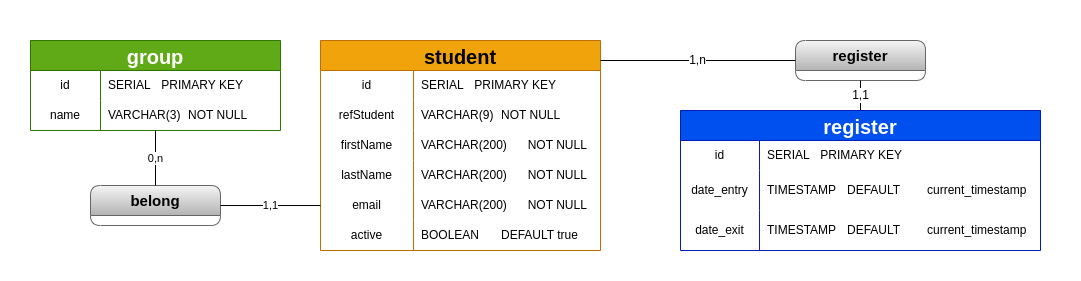
Above: database.png in Daris02/ManagingAbsences (draw.io), before the change. Source tidied: cells renumbered, new cells last; positions are measured from the earlier drawing's top-left corner, leaving out a move shared by most shapes.
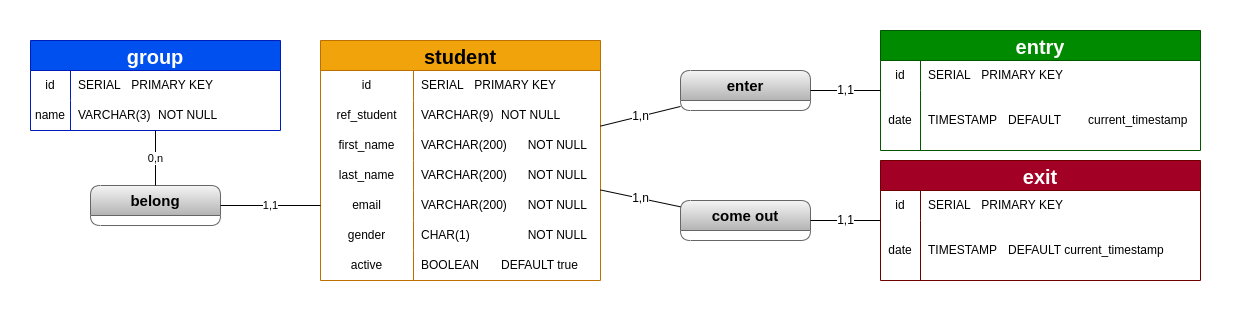
The same diagram one commit later.

Commit message:
feat: add gender for Student

What changed in the source:
```diff
@@ -3,7 +3,7 @@
     <mxCell id="0" />
     <mxCell id="1" parent="0" />
     <mxCell id="2" value="student" style="shape=table;startSize=30;rowLines=0;fontStyle=1;fontSize=20;fillColor=#f0a30a;fontColor=#000000;strokeColor=#BD7000;" parent="1" vertex="1">
-      <mxGeometry x="320" y="40" width="280" height="210" as="geometry" />
+      <mxGeometry x="320" y="40" width="280" height="240" as="geometry" />
     </mxCell>
     <mxCell id="3" style="shape=tableRow;horizontal=0;startSize=0;swimlaneHead=0;swimlaneBody=0;top=0;left=0;bottom=0;right=0;fillColor=none;" parent="2" vertex="1">
       <mxGeometry y="30" width="280" height="30" as="geometry" />
@@ -17,7 +17,7 @@
     <mxCell id="6" style="shape=tableRow;horizontal=0;startSize=0;swimlaneHead=0;swimlaneBody=0;top=0;left=0;bottom=0;right=0;fillColor=none;" parent="2" vertex="1">
       <mxGeometry y="60" width="280" height="30" as="geometry" />
     </mxCell>
-    <mxCell id="7" value="refStudent" style="shape=partialRectangle;html=1;whiteSpace=wrap;fillColor=none;top=0;left=0;bottom=0;right=0;overflow=hidden;" parent="6" vertex="1">
+    <mxCell id="7" value="ref_student" style="shape=partialRectangle;html=1;whiteSpace=wrap;fillColor=none;top=0;left=0;bottom=0;right=0;overflow=hidden;" parent="6" vertex="1">
       <mxGeometry width="93" height="30" as="geometry" />
     </mxCell>
     <mxCell id="8" value="VARCHAR(9)&lt;span style=&quot;white-space: pre;&quot;&gt;&#9;&lt;/span&gt;NOT NULL" style="shape=partialRectangle;html=1;whiteSpace=wrap;fillColor=none;top=0;left=0;bottom=0;right=0;align=left;spacingLeft=6;overflow=hidden;" parent="6" vertex="1">
@@ -26,7 +26,7 @@
     <mxCell id="9" style="shape=tableRow;horizontal=0;startSize=0;swimlaneHead=0;swimlaneBody=0;top=0;left=0;bottom=0;right=0;fillColor=none;" parent="2" vertex="1">
       <mxGeometry y="90" width="280" height="30" as="geometry" />
     </mxCell>
-    <mxCell id="10" value="firstName" style="shape=partialRectangle;html=1;whiteSpace=wrap;fillColor=none;top=0;left=0;bottom=0;right=0;overflow=hidden;" parent="9" vertex="1">
+    <mxCell id="10" value="first_name" style="shape=partialRectangle;html=1;whiteSpace=wrap;fillColor=none;top=0;left=0;bottom=0;right=0;overflow=hidden;" parent="9" vertex="1">
       <mxGeometry width="93" height="30" as="geometry" />
     </mxCell>
     <mxCell id="11" value="VARCHAR(200)&lt;span style=&quot;white-space: pre;&quot;&gt;&#9;&lt;/span&gt;NOT NULL" style="shape=partialRectangle;html=1;whiteSpace=wrap;fillColor=none;top=0;left=0;bottom=0;right=0;align=left;spacingLeft=6;overflow=hidden;" parent="9" vertex="1">
@@ -35,7 +35,7 @@
     <mxCell id="12" style="shape=tableRow;horizontal=0;startSize=0;swimlaneHead=0;swimlaneBody=0;top=0;left=0;bottom=0;right=0;fillColor=none;" parent="2" vertex="1">
       <mxGeometry y="120" width="280" height="30" as="geometry" />
     </mxCell>
-    <mxCell id="13" value="lastName" style="shape=partialRectangle;html=1;whiteSpace=wrap;fillColor=none;top=0;left=0;bottom=0;right=0;overflow=hidden;" parent="12" vertex="1">
+    <mxCell id="13" value="last_name" style="shape=partialRectangle;html=1;whiteSpace=wrap;fillColor=none;top=0;left=0;bottom=0;right=0;overflow=hidden;" parent="12" vertex="1">
       <mxGeometry width="93" height="30" as="geometry" />
     </mxCell>
     <mxCell id="14" value="VARCHAR(200)&lt;span style=&quot;white-space: pre;&quot;&gt;&#9;&lt;/span&gt;NOT NULL" style="shape=partialRectangle;html=1;whiteSpace=wrap;fillColor=none;top=0;left=0;bottom=0;right=0;align=left;spacingLeft=6;overflow=hidden;" parent="12" vertex="1">
@@ -50,8 +50,17 @@
     <mxCell id="17" value="VARCHAR(200)&lt;span style=&quot;white-space: pre;&quot;&gt;&#9;&lt;/span&gt;NOT NULL" style="shape=partialRectangle;html=1;whiteSpace=wrap;fillColor=none;top=0;left=0;bottom=0;right=0;align=left;spacingLeft=6;overflow=hidden;" parent="15" vertex="1">
       <mxGeometry x="93" width="187" height="30" as="geometry" />
     </mxCell>
+    <mxCell id="45" style="shape=tableRow;horizontal=0;startSize=0;swimlaneHead=0;swimlaneBody=0;top=0;left=0;bottom=0;right=0;fillColor=none;" parent="2" vertex="1">
+      <mxGeometry y="180" width="280" height="30" as="geometry" />
+    </mxCell>
+    <mxCell id="46" value="gender" style="shape=partialRectangle;html=1;whiteSpace=wrap;fillColor=none;top=0;left=0;bottom=0;right=0;overflow=hidden;" parent="45" vertex="1">
+      <mxGeometry width="93" height="30" as="geometry" />
+    </mxCell>
+    <mxCell id="47" value="CHAR(1)&lt;span style=&quot;white-space: pre;&quot;&gt;&#9;&lt;/span&gt;&lt;span style=&quot;white-space: pre;&quot;&gt;&#9;&lt;/span&gt;&lt;span style=&quot;white-space: pre;&quot;&gt;&#9;&lt;/span&gt;NOT NULL" style="shape=partialRectangle;html=1;whiteSpace=wrap;fillColor=none;top=0;left=0;bottom=0;right=0;align=left;spacingLeft=6;overflow=hidden;" parent="45" vertex="1">
+      <mxGeometry x="93" width="187" height="30" as="geometry" />
+    </mxCell>
     <mxCell id="18" style="shape=tableRow;horizontal=0;startSize=0;swimlaneHead=0;swimlaneBody=0;top=0;left=0;bottom=0;right=0;fillColor=none;" parent="2" vertex="1">
-      <mxGeometry y="180" width="280" height="30" as="geometry" />
+      <mxGeometry y="210" width="280" height="30" as="geometry" />
     </mxCell>
     <mxCell id="19" value="active" style="shape=partialRectangle;html=1;whiteSpace=wrap;fillColor=none;top=0;left=0;bottom=0;right=0;overflow=hidden;" parent="18" vertex="1">
       <mxGeometry width="93" height="30" as="geometry" />
@@ -59,37 +68,86 @@
     <mxCell id="20" value="BOOLEAN&lt;span style=&quot;white-space: pre;&quot;&gt;&#9;&lt;/span&gt;DEFAULT true" style="shape=partialRectangle;html=1;whiteSpace=wrap;fillColor=none;top=0;left=0;bottom=0;right=0;align=left;spacingLeft=6;overflow=hidden;" parent="18" vertex="1">
       <mxGeometry x="93" width="187" height="30" as="geometry" />
     </mxCell>
+    <mxCell id="48" value="entry" style="shape=table;startSize=30;rowLines=0;fontStyle=1;fontSize=20;fillColor=#008a00;fontColor=#ffffff;strokeColor=#005700;" parent="1" vertex="1">
+      <mxGeometry x="880" y="30" width="320" height="120" as="geometry" />
+    </mxCell>
+    <mxCell id="49" style="shape=tableRow;horizontal=0;startSize=0;swimlaneHead=0;swimlaneBody=0;top=0;left=0;bottom=0;right=0;fillColor=none;" parent="48" vertex="1">
+      <mxGeometry y="30" width="320" height="30" as="geometry" />
+    </mxCell>
+    <mxCell id="50" value="id" style="shape=partialRectangle;html=1;whiteSpace=wrap;fillColor=none;top=0;left=0;bottom=0;right=0;overflow=hidden;" parent="49" vertex="1">
+      <mxGeometry width="40" height="30" as="geometry" />
+    </mxCell>
+    <mxCell id="51" value="SERIAL&lt;span style=&quot;white-space: pre;&quot;&gt;&#9;&lt;/span&gt;PRIMARY KEY" style="shape=partialRectangle;html=1;whiteSpace=wrap;fillColor=none;top=0;left=0;bottom=0;right=0;align=left;spacingLeft=6;overflow=hidden;" parent="49" vertex="1">
+      <mxGeometry x="40" width="280" height="30" as="geometry" />
+    </mxCell>
+    <mxCell id="52" style="shape=tableRow;horizontal=0;startSize=0;swimlaneHead=0;swimlaneBody=0;top=0;left=0;bottom=0;right=0;fillColor=none;" parent="48" vertex="1">
+      <mxGeometry y="60" width="320" height="60" as="geometry" />
+    </mxCell>
+    <mxCell id="53" value="date" style="shape=partialRectangle;html=1;whiteSpace=wrap;fillColor=none;top=0;left=0;bottom=0;right=0;overflow=hidden;" parent="52" vertex="1">
+      <mxGeometry width="40" height="60" as="geometry" />
+    </mxCell>
+    <mxCell id="54" value="TIMESTAMP&lt;span style=&quot;white-space: pre;&quot;&gt;&#9;&lt;/span&gt;DEFAULT&lt;span style=&quot;white-space: pre;&quot;&gt;&#9;&lt;/span&gt;current_timestamp" style="shape=partialRectangle;html=1;whiteSpace=wrap;fillColor=none;top=0;left=0;bottom=0;right=0;align=left;spacingLeft=6;overflow=hidden;" parent="52" vertex="1">
+      <mxGeometry x="40" width="280" height="60" as="geometry" />
+    </mxCell>
+    <mxCell id="55" value="exit" style="shape=table;startSize=30;rowLines=0;fontStyle=1;fontSize=20;fillColor=#a20025;fontColor=#ffffff;strokeColor=#6F0000;" parent="1" vertex="1">
+      <mxGeometry x="880" y="160" width="320" height="120" as="geometry" />
+    </mxCell>
+    <mxCell id="56" style="shape=tableRow;horizontal=0;startSize=0;swimlaneHead=0;swimlaneBody=0;top=0;left=0;bottom=0;right=0;fillColor=none;" parent="55" vertex="1">
+      <mxGeometry y="30" width="320" height="30" as="geometry" />
+    </mxCell>
+    <mxCell id="57" value="id" style="shape=partialRectangle;html=1;whiteSpace=wrap;fillColor=none;top=0;left=0;bottom=0;right=0;overflow=hidden;" parent="56" vertex="1">
+      <mxGeometry width="40" height="30" as="geometry" />
+    </mxCell>
+    <mxCell id="58" value="SERIAL&lt;span style=&quot;white-space: pre;&quot;&gt;&#9;&lt;/span&gt;PRIMARY KEY" style="shape=partialRectangle;html=1;whiteSpace=wrap;fillColor=none;top=0;left=0;bottom=0;right=0;align=left;spacingLeft=6;overflow=hidden;" parent="56" vertex="1">
+      <mxGeometry x="40" width="280" height="30" as="geometry" />
+    </mxCell>
+    <mxCell id="59" style="shape=tableRow;horizontal=0;startSize=0;swimlaneHead=0;swimlaneBody=0;top=0;left=0;bottom=0;right=0;fillColor=none;" parent="55" vertex="1">
+      <mxGeometry y="60" width="320" height="60" as="geometry" />
+    </mxCell>
+    <mxCell id="60" value="date" style="shape=partialRectangle;html=1;whiteSpace=wrap;fillColor=none;top=0;left=0;bottom=0;right=0;overflow=hidden;" parent="59" vertex="1">
+      <mxGeometry width="40" height="60" as="geometry" />
+    </mxCell>
+    <mxCell id="61" value="TIMESTAMP&lt;span style=&quot;white-space: pre;&quot;&gt;&#9;&lt;/span&gt;DEFAULT&lt;span style=&quot;&quot;&gt;&#9;&lt;/span&gt;current_timestamp" style="shape=partialRectangle;html=1;whiteSpace=wrap;fillColor=none;top=0;left=0;bottom=0;right=0;align=left;spacingLeft=6;overflow=hidden;" parent="59" vertex="1">
+      <mxGeometry x="40" width="280" height="60" as="geometry" />
+    </mxCell>
+    <mxCell id="62" value="enter" style="swimlane;whiteSpace=wrap;html=1;fontSize=15;rounded=1;startSize=30;fillColor=#f5f5f5;gradientColor=#b3b3b3;strokeColor=#666666;" parent="1" vertex="1">
+      <mxGeometry x="680" y="70" width="130" height="40" as="geometry" />
+    </mxCell>
+    <mxCell id="63" value="1,n" style="endArrow=none;html=1;fontSize=12;" parent="1" edge="1" source="62" target="2">
+      <mxGeometry relative="1" as="geometry" />
+    </mxCell>
+    <mxCell id="64" value="1,1" style="endArrow=none;html=1;fontSize=12;" parent="1" edge="1" source="48" target="62">
+      <mxGeometry relative="1" as="geometry" />
+    </mxCell>
-    <mxCell id="21" value="register" style="swimlane;whiteSpace=wrap;html=1;fontSize=15;rounded=1;startSize=30;fillColor=#f5f5f5;gradientColor=#b3b3b3;strokeColor=#666666;" parent="1" vertex="1">
-      <mxGeometry x="795" y="40" width="130" height="40" as="geometry" />
+    <mxCell id="21" value="come out" style="swimlane;whiteSpace=wrap;html=1;fontSize=15;rounded=1;startSize=30;fillColor=#f5f5f5;gradientColor=#b3b3b3;strokeColor=#666666;" parent="1" vertex="1">
+      <mxGeometry x="680" y="200" width="130" height="40" as="geometry" />
     </mxCell>
-    <mxCell id="22" value="1,1" style="endArrow=none;html=1;fontSize=12;" parent="1" edge="1" source="34" target="21">
+    <mxCell id="22" value="1,1" style="endArrow=none;html=1;fontSize=12;" parent="1" edge="1" source="55" target="21">
       <mxGeometry relative="1" as="geometry" />
     </mxCell>
-    <mxCell id="23" value="1,n" style="endArrow=none;html=1;fontSize=12;" parent="1" edge="1" source="21">
-      <mxGeometry relative="1" as="geometry">
-        <mxPoint x="600" y="60" as="targetPoint" />
-      </mxGeometry>
+    <mxCell id="23" value="1,n" style="endArrow=none;html=1;fontSize=12;" parent="1" edge="1" source="21" target="2">
+      <mxGeometry relative="1" as="geometry" />
     </mxCell>
-    <mxCell id="24" value="group" style="shape=table;startSize=30;rowLines=0;fontStyle=1;fontSize=20;fillColor=#60a917;fontColor=#ffffff;strokeColor=#2D7600;" parent="1" vertex="1">
+    <mxCell id="24" value="group" style="shape=table;startSize=30;rowLines=0;fontStyle=1;fontSize=20;fillColor=#0050ef;fontColor=#ffffff;strokeColor=#001DBC;" parent="1" vertex="1">
       <mxGeometry x="30" y="40" width="250" height="90" as="geometry" />
     </mxCell>
     <mxCell id="25" style="shape=tableRow;horizontal=0;startSize=0;swimlaneHead=0;swimlaneBody=0;top=0;left=0;bottom=0;right=0;fillColor=none;" parent="24" vertex="1">
       <mxGeometry y="30" width="250" height="30" as="geometry" />
     </mxCell>
     <mxCell id="26" value="id" style="shape=partialRectangle;html=1;whiteSpace=wrap;fillColor=none;top=0;left=0;bottom=0;right=0;overflow=hidden;" parent="25" vertex="1">
-      <mxGeometry width="70" height="30" as="geometry" />
+      <mxGeometry width="40" height="30" as="geometry" />
     </mxCell>
     <mxCell id="27" value="SERIAL&lt;span style=&quot;white-space: pre;&quot;&gt;&#9;&lt;/span&gt;PRIMARY KEY" style="shape=partialRectangle;html=1;whiteSpace=wrap;fillColor=none;top=0;left=0;bottom=0;right=0;align=left;spacingLeft=6;overflow=hidden;" parent="25" vertex="1">
-      <mxGeometry x="70" width="180" height="30" as="geometry" />
+      <mxGeometry x="40" width="210" height="30" as="geometry" />
     </mxCell>
     <mxCell id="28" style="shape=tableRow;horizontal=0;startSize=0;swimlaneHead=0;swimlaneBody=0;top=0;left=0;bottom=0;right=0;fillColor=none;" parent="24" vertex="1">
       <mxGeometry y="60" width="250" height="30" as="geometry" />
     </mxCell>
     <mxCell id="29" value="name" style="shape=partialRectangle;html=1;whiteSpace=wrap;fillColor=none;top=0;left=0;bottom=0;right=0;overflow=hidden;" parent="28" vertex="1">
-      <mxGeometry width="70" height="30" as="geometry" />
+      <mxGeometry width="40" height="30" as="geometry" />
     </mxCell>
     <mxCell id="30" value="VARCHAR(3)&lt;span style=&quot;white-space: pre;&quot;&gt;&#9;&lt;/span&gt;NOT NULL" style="shape=partialRectangle;html=1;whiteSpace=wrap;fillColor=none;top=0;left=0;bottom=0;right=0;align=left;spacingLeft=6;overflow=hidden;" parent="28" vertex="1">
-      <mxGeometry x="70" width="180" height="30" as="geometry" />
+      <mxGeometry x="40" width="210" height="30" as="geometry" />
     </mxCell>
     <mxCell id="31" value="belong" style="swimlane;whiteSpace=wrap;html=1;fontSize=15;rounded=1;startSize=30;fillColor=#f5f5f5;gradientColor=#b3b3b3;strokeColor=#666666;" parent="1" vertex="1">
       <mxGeometry x="90" y="185" width="130" height="40" as="geometry" />
@@ -100,38 +158,8 @@
     <mxCell id="33" value="0,n" style="endArrow=none;html=1;" parent="1" edge="1" source="24" target="31">
       <mxGeometry relative="1" as="geometry" />
     </mxCell>
-    <mxCell id="34" value="register" style="shape=table;startSize=30;rowLines=0;fontStyle=1;fontSize=20;fillColor=#0050ef;strokeColor=#001DBC;fontColor=#ffffff;" parent="1" vertex="1">
-      <mxGeometry x="680" y="110" width="360" height="140" as="geometry" />
-    </mxCell>
-    <mxCell id="35" style="shape=tableRow;horizontal=0;startSize=0;swimlaneHead=0;swimlaneBody=0;top=0;left=0;bottom=0;right=0;fillColor=none;" parent="34" vertex="1">
-      <mxGeometry y="30" width="360" height="30" as="geometry" />
-    </mxCell>
-    <mxCell id="36" value="id" style="shape=partialRectangle;html=1;whiteSpace=wrap;fillColor=none;top=0;left=0;bottom=0;right=0;overflow=hidden;" parent="35" vertex="1">
-      <mxGeometry width="79" height="30" as="geometry" />
-    </mxCell>
-    <mxCell id="37" value="SERIAL&lt;span style=&quot;white-space: pre;&quot;&gt;&#9;&lt;/span&gt;PRIMARY KEY" style="shape=partialRectangle;html=1;whiteSpace=wrap;fillColor=none;top=0;left=0;bottom=0;right=0;align=left;spacingLeft=6;overflow=hidden;" parent="35" vertex="1">
-      <mxGeometry x="79" width="281" height="30" as="geometry" />
-    </mxCell>
-    <mxCell id="38" style="shape=tableRow;horizontal=0;startSize=0;swimlaneHead=0;swimlaneBody=0;top=0;left=0;bottom=0;right=0;fillColor=none;" parent="34" vertex="1">
-      <mxGeometry y="60" width="360" height="40" as="geometry" />
-    </mxCell>
-    <mxCell id="39" value="date_entry" style="shape=partialRectangle;html=1;whiteSpace=wrap;fillColor=none;top=0;left=0;bottom=0;right=0;overflow=hidden;" parent="38" vertex="1">
-      <mxGeometry width="79" height="40" as="geometry" />
-    </mxCell>
-    <mxCell id="40" value="TIMESTAMP&lt;span style=&quot;white-space: pre;&quot;&gt;&#9;&lt;/span&gt;DEFAULT&lt;span style=&quot;white-space: pre;&quot;&gt;&#9;&lt;/span&gt;current_timestamp" style="shape=partialRectangle;html=1;whiteSpace=wrap;fillColor=none;top=0;left=0;bottom=0;right=0;align=left;spacingLeft=6;overflow=hidden;" parent="38" vertex="1">
-      <mxGeometry x="79" width="281" height="40" as="geometry" />
-    </mxCell>
-    <mxCell id="41" style="shape=tableRow;horizontal=0;startSize=0;swimlaneHead=0;swimlaneBody=0;top=0;left=0;bottom=0;right=0;fillColor=none;" parent="34" vertex="1">
-      <mxGeometry y="100" width="360" height="40" as="geometry" />
-    </mxCell>
-    <mxCell id="42" value="date_exit" style="shape=partialRectangle;html=1;whiteSpace=wrap;fillColor=none;top=0;left=0;bottom=0;right=0;overflow=hidden;" parent="41" vertex="1">
-      <mxGeometry width="79" height="40" as="geometry" />
-    </mxCell>
-    <mxCell id="43" value="TIMESTAMP&lt;span style=&quot;white-space: pre;&quot;&gt;&#9;&lt;/span&gt;DEFAULT&lt;span style=&quot;white-space: pre;&quot;&gt;&#9;&lt;/span&gt;current_timestamp" style="shape=partialRectangle;html=1;whiteSpace=wrap;fillColor=none;top=0;left=0;bottom=0;right=0;align=left;spacingLeft=6;overflow=hidden;" parent="41" vertex="1">
-      <mxGeometry x="79" width="281" height="40" as="geometry" />
-    </mxCell>
-    <mxCell id="44" style="rounded=0;whiteSpace=wrap;html=1;fillColor=none;strokeColor=none;" parent="1" vertex="1">
-      <mxGeometry width="1080" height="280" as="geometry" />
-    </mxCell>
+    <mxCell id="65" style="rounded=0;whiteSpace=wrap;html=1;fillColor=none;strokeColor=none;" parent="1" vertex="1">
+      <mxGeometry width="1240" height="320" as="geometry" />
+    </mxCell>
   </root>
 </mxGraphModel>
```
